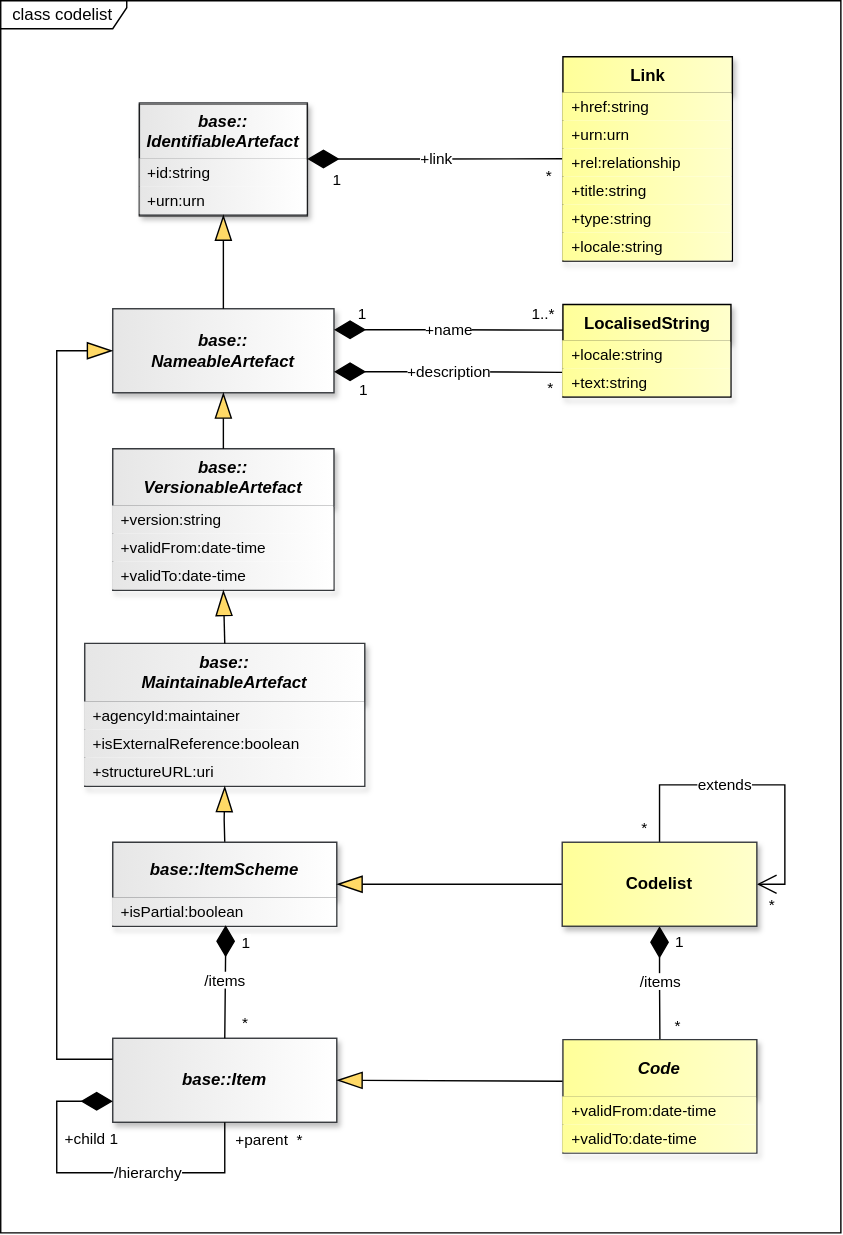
Above: docs/information_model/media/sdmx_codelist-codelist.svg in sdmx-twg/sdmx-im (draw.io), before the change. Source tidied: cells renumbered, new cells last; positions are measured from the earlier drawing's top-left corner, leaving out a move shared by most shapes.
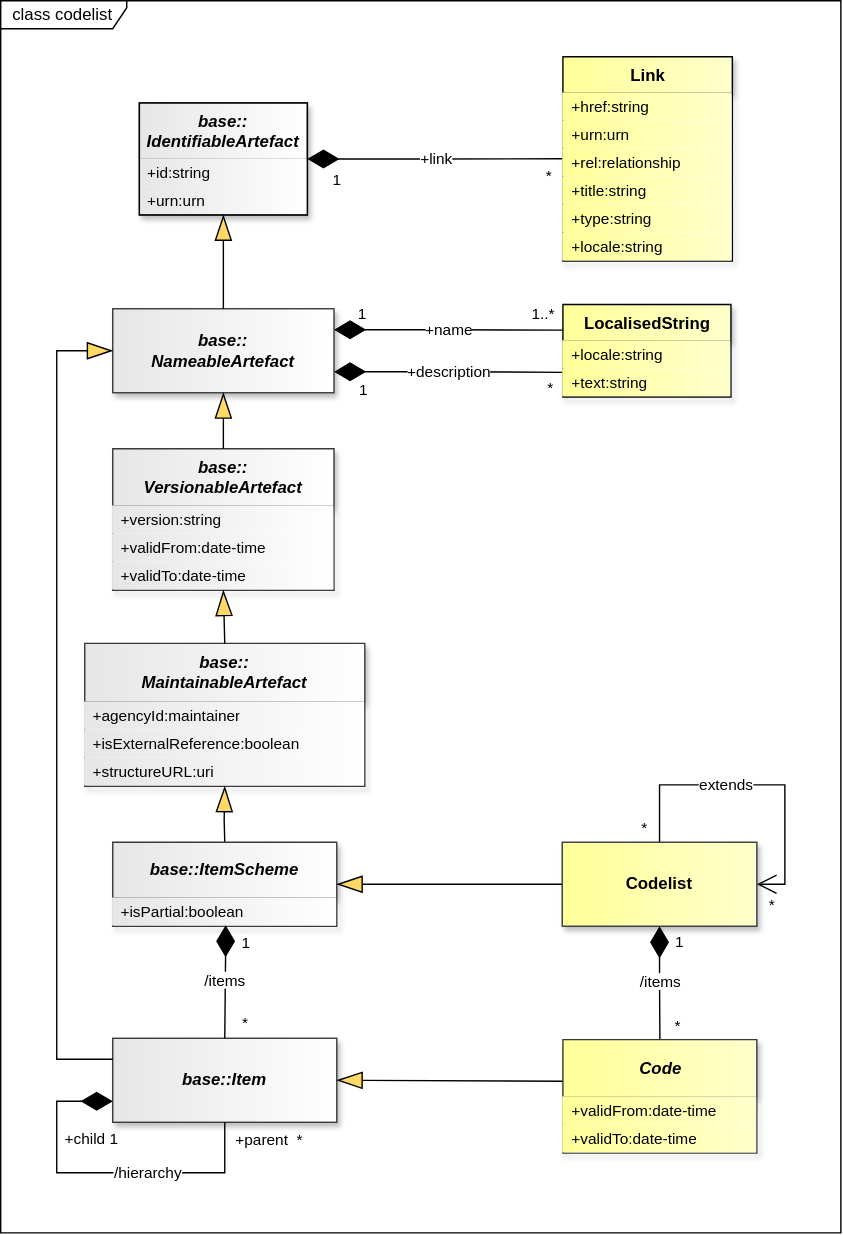
After the commit.

Change to the diagram source:
```diff
@@ -288,8 +288,8 @@
     <mxCell id="79" value="+locale:string" style="text;strokeColor=none;fillColor=light-dark(#FFFF99,#FFFF99);align=left;verticalAlign=middle;spacingLeft=4;spacingRight=4;overflow=hidden;whiteSpace=wrap;html=1;fontSize=11;gradientColor=light-dark(#FFFFCC,#FFFFCC);gradientDirection=east;fontColor=light-dark(#000000,#000000);strokeWidth=0;" parent="73" vertex="1">
       <mxGeometry y="126" width="121" height="20" as="geometry" />
     </mxCell>
-    <mxCell id="80" style="rounded=0;whiteSpace=wrap;html=1;fillColor=none;opacity=50;opacityGroup=1;" parent="1" vertex="1">
-      <mxGeometry x="99" y="74" width="120" height="80" as="geometry" />
+    <mxCell id="80" style="rounded=0;whiteSpace=wrap;html=1;fillColor=none;" parent="1" vertex="1">
+      <mxGeometry x="99" y="73" width="120" height="80" as="geometry" />
     </mxCell>
   </root>
 </mxGraphModel>
```
